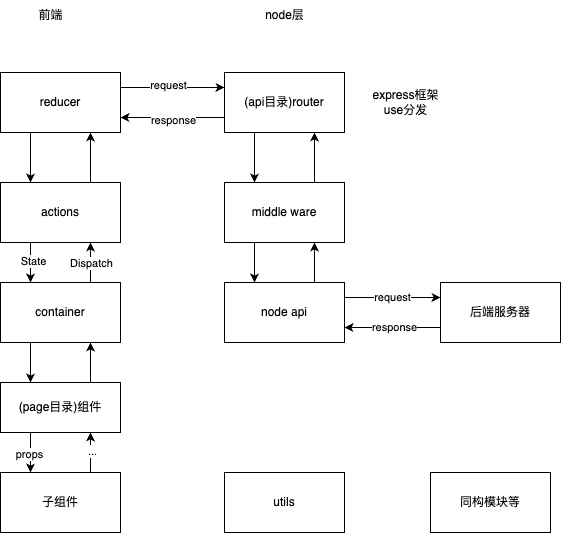
Earlier version of the draw.io export test.drawio.png (MongoRolls/AAA_note). Source tidied: cells renumbered, new cells last; positions are measured from the earlier drawing's top-left corner, leaving out a move shared by most shapes.
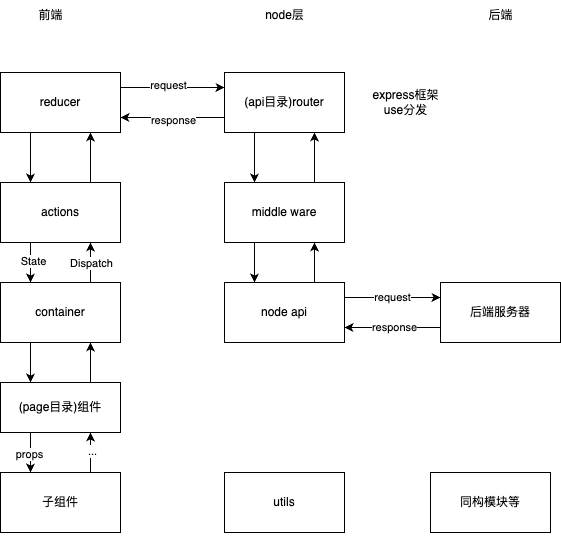
After the commit.

What changed in the source:
```diff
@@ -119,5 +119,8 @@
     <mxCell id="40" value="后端服务器" style="rounded=0;whiteSpace=wrap;html=1;" parent="1" vertex="1">
       <mxGeometry x="440" y="282" width="120" height="60" as="geometry" />
     </mxCell>
+    <mxCell id="41" value="后端" style="text;html=1;align=center;verticalAlign=middle;strokeColor=none;fillColor=none;" parent="1" vertex="1">
+      <mxGeometry x="475" width="50" height="30" as="geometry" />
+    </mxCell>
   </root>
 </mxGraphModel>
```
